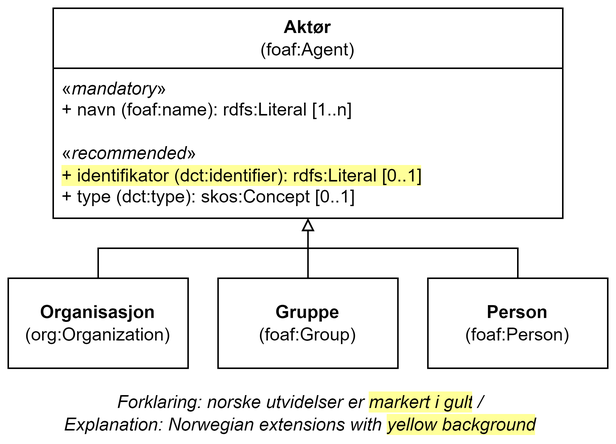
Before: docs/images/Klassen-Aktør.png, a diagram exported from draw.io (Informasjonsforvaltning/dcat-ap-no). Source tidied: cells renumbered, new cells last; positions are measured from the earlier drawing's top-left corner, leaving out a move shared by most shapes.
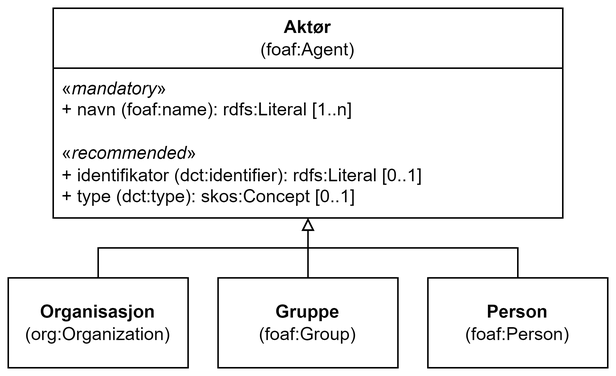
After the commit.

The edit, as a diff of the source:
```diff
@@ -2,22 +2,19 @@
   <root>
     <mxCell id="0" />
     <mxCell id="1" parent="0" />
-    <mxCell id="2" value="Aktør&lt;br&gt;&lt;span style=&quot;font-weight: normal;&quot;&gt;(foaf:Agent)&lt;/span&gt;" style="swimlane;whiteSpace=wrap;html=1;startSize=40;" parent="1" vertex="1">
+    <mxCell id="2" value="Aktør&lt;br&gt;&lt;span style=&quot;font-weight: normal;&quot;&gt;(foaf:Agent)&lt;/span&gt;" style="swimlane;whiteSpace=wrap;html=1;startSize=40;fillColor=#FFFFFF;" parent="1" vertex="1">
       <mxGeometry x="30" width="340" height="140" as="geometry" />
     </mxCell>
-    <mxCell id="3" value="&lt;div&gt;«&lt;i&gt;mandatory&lt;/i&gt;»&lt;/div&gt;&lt;div&gt;+ navn (foaf:name): rdfs:Literal [1..n]&lt;/div&gt;&lt;div&gt;&lt;br&gt;&lt;/div&gt;&lt;div&gt;«&lt;i&gt;recommended&lt;/i&gt;»&lt;/div&gt;&lt;div&gt;&lt;span style=&quot;background-color: rgb(255, 255, 153);&quot;&gt;+ identifikator (dct:identifier): rdfs:Literal [0..1]&lt;/span&gt;&lt;/div&gt;&lt;div&gt;+ type (dct:type): skos:Concept [0..1]&lt;/div&gt;" style="text;strokeColor=none;fillColor=none;align=left;verticalAlign=top;spacingLeft=4;spacingRight=4;overflow=hidden;points=[[0,0.5],[1,0.5]];portConstraint=eastwest;whiteSpace=wrap;html=1;" parent="2" vertex="1">
+    <mxCell id="3" value="&lt;div&gt;«&lt;i&gt;mandatory&lt;/i&gt;»&lt;/div&gt;&lt;div&gt;+ navn (foaf:name): rdfs:Literal [1..n]&lt;/div&gt;&lt;div&gt;&lt;br&gt;&lt;/div&gt;&lt;div&gt;«&lt;i&gt;recommended&lt;/i&gt;»&lt;/div&gt;&lt;div&gt;+ identifikator (dct:identifier): rdfs:Literal [0..1]&lt;/div&gt;&lt;div&gt;+ type (dct:type): skos:Concept [0..1]&lt;/div&gt;" style="text;strokeColor=none;fillColor=none;align=left;verticalAlign=top;spacingLeft=4;spacingRight=4;overflow=hidden;points=[[0,0.5],[1,0.5]];portConstraint=eastwest;whiteSpace=wrap;html=1;" parent="2" vertex="1">
       <mxGeometry y="40" width="340" height="100" as="geometry" />
     </mxCell>
-    <mxCell id="4" value="Forklaring: norske utvidelser er&amp;nbsp;&lt;span style=&quot;background-color: rgb(255, 255, 153);&quot;&gt;markert i gult&lt;/span&gt;&lt;span style=&quot;background-color: rgb(255 , 255 , 255)&quot;&gt;&amp;nbsp;/ &lt;br&gt;&lt;/span&gt;Explanation:&amp;nbsp;&lt;span style=&quot;background-color: rgb(255 , 255 , 255)&quot;&gt;Norwegian extensions with &lt;/span&gt;&lt;span style=&quot;background-color: rgb(255, 255, 153);&quot;&gt;yellow background&lt;/span&gt;" style="text;html=1;strokeColor=none;fillColor=none;align=center;verticalAlign=middle;whiteSpace=wrap;rounded=0;fontStyle=2;" parent="1" vertex="1">
-      <mxGeometry y="260" width="390" height="20" as="geometry" />
-    </mxCell>
-    <mxCell id="5" value="&lt;b&gt;Organisasjon&lt;/b&gt;&lt;div&gt;(org:Organization)&lt;/div&gt;" style="rounded=0;whiteSpace=wrap;html=1;" parent="1" vertex="1">
+    <mxCell id="5" value="&lt;b&gt;Organisasjon&lt;/b&gt;&lt;div&gt;(org:Organization)&lt;/div&gt;" style="rounded=0;whiteSpace=wrap;html=1;fillColor=#FFFFFF;" parent="1" vertex="1">
       <mxGeometry y="180" width="120" height="60" as="geometry" />
     </mxCell>
-    <mxCell id="6" value="&lt;b&gt;Gruppe&lt;/b&gt;&lt;div&gt;(foaf:Group)&lt;/div&gt;" style="rounded=0;whiteSpace=wrap;html=1;" parent="1" vertex="1">
+    <mxCell id="6" value="&lt;b&gt;Gruppe&lt;/b&gt;&lt;div&gt;(foaf:Group)&lt;/div&gt;" style="rounded=0;whiteSpace=wrap;html=1;fillColor=#FFFFFF;" parent="1" vertex="1">
       <mxGeometry x="140" y="180" width="120" height="60" as="geometry" />
     </mxCell>
-    <mxCell id="7" value="&lt;b&gt;Person&lt;/b&gt;&lt;br&gt;&lt;div&gt;(foaf:Person)&lt;/div&gt;" style="rounded=0;whiteSpace=wrap;html=1;" parent="1" vertex="1">
+    <mxCell id="7" value="&lt;b&gt;Person&lt;/b&gt;&lt;br&gt;&lt;div&gt;(foaf:Person)&lt;/div&gt;" style="rounded=0;whiteSpace=wrap;html=1;fillColor=#FFFFFF;" parent="1" vertex="1">
       <mxGeometry x="280" y="180" width="120" height="60" as="geometry" />
     </mxCell>
     <mxCell id="8" style="endArrow=block;html=1;rounded=0;exitX=0.5;exitY=0;exitDx=0;exitDy=0;endFill=0;" parent="1" edge="1" source="7" target="3">
```
